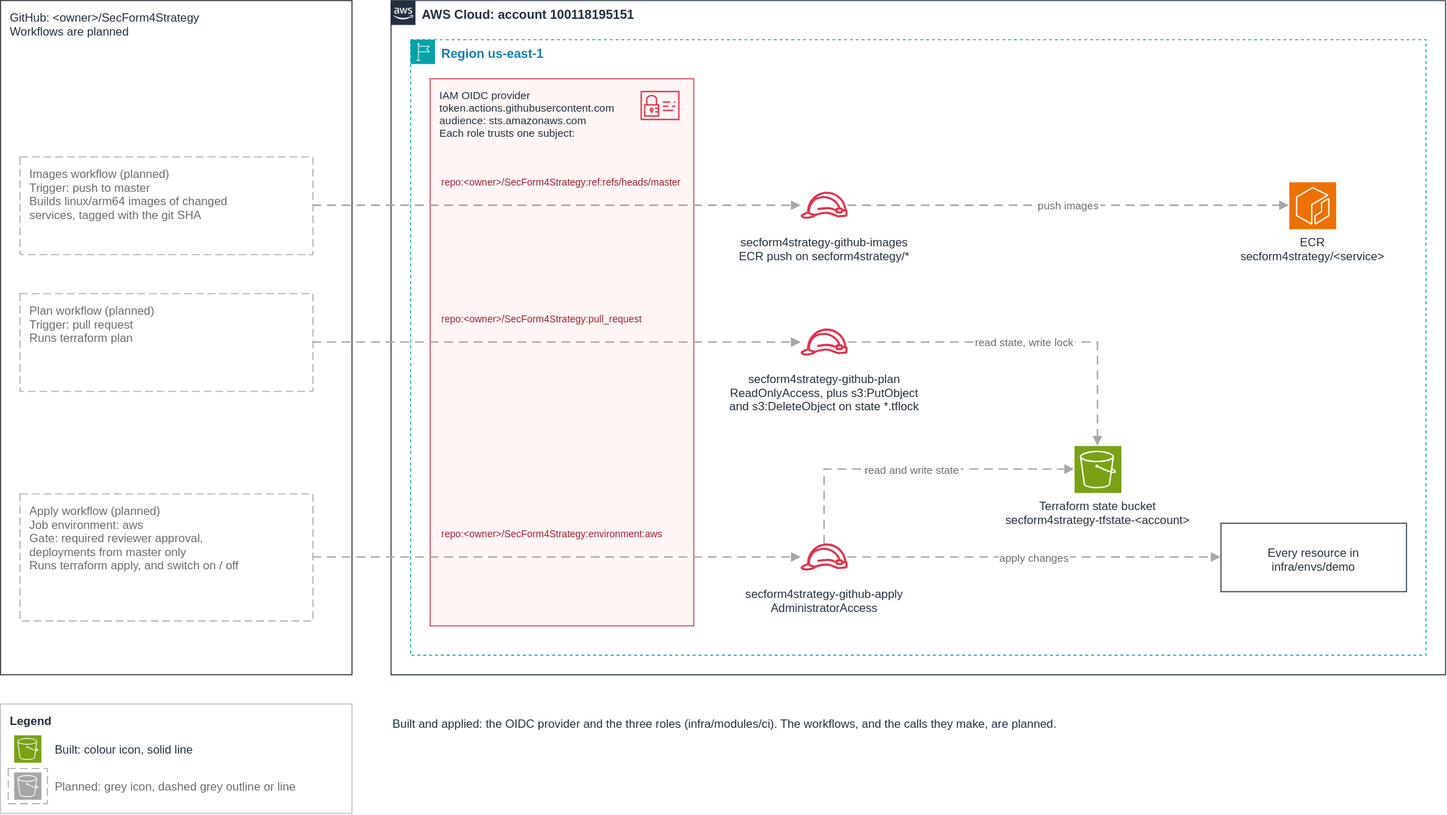
Before: docs/diagrams/aws-ci-cd.drawio.svg, a diagram exported from draw.io (josemita87/SecForm4Strategy). Source tidied: cells renumbered, new cells last; positions are measured from the earlier drawing's top-left corner, leaving out a move shared by most shapes.
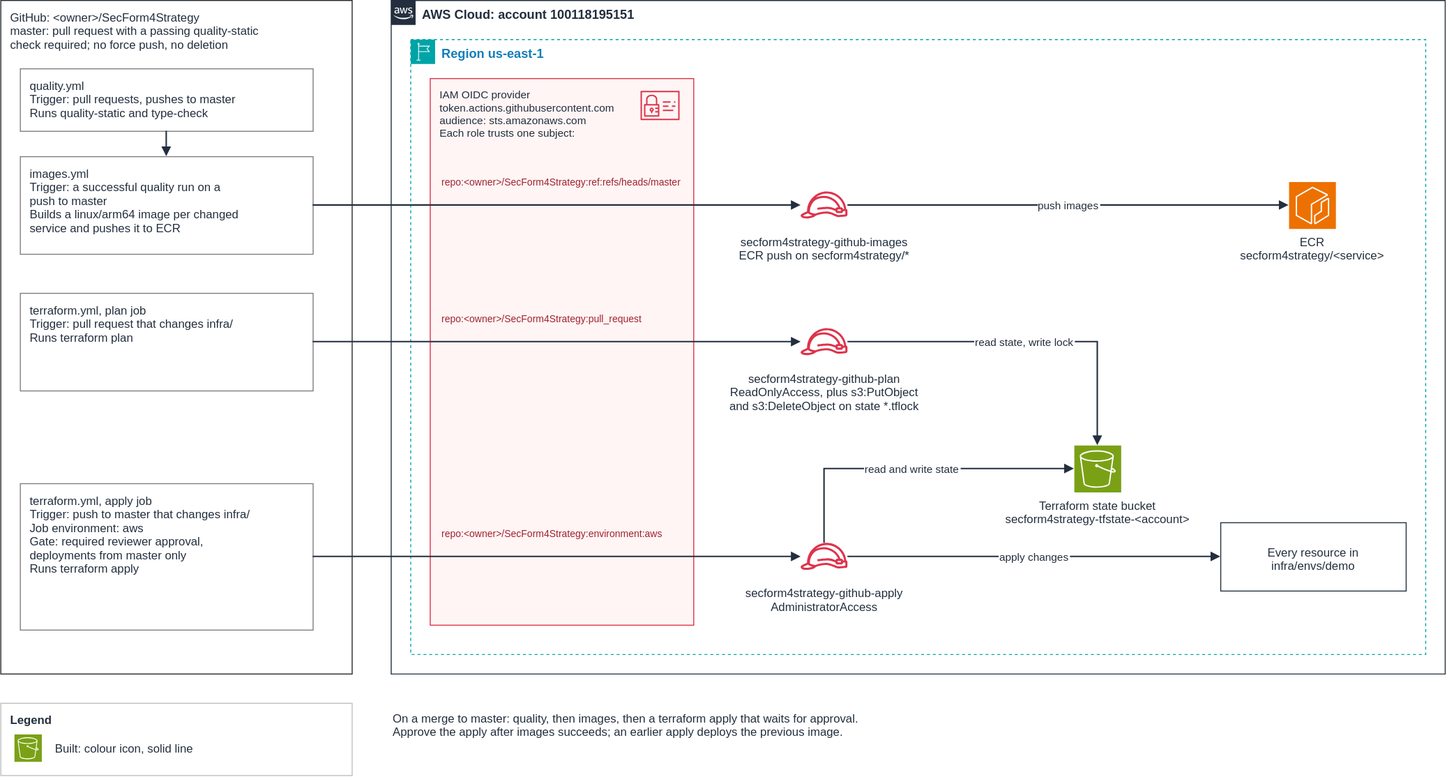
After the change.

Commit message:
feat: make status, a CloudWatch dashboard, and AWS diagrams as built

Diff of the diagram source:
```diff
@@ -2,17 +2,17 @@
   <root>
     <mxCell id="0" />
     <mxCell id="1" parent="0" />
-    <mxCell id="2" value="GitHub: &lt;owner&gt;/SecForm4Strategy&#10;Workflows are planned" style="rounded=0;arcSize=6;html=0;fillColor=none;strokeColor=#24292F;fontColor=#232F3E;fontSize=12;fontStyle=0;verticalAlign=top;align=left;spacingLeft=8;spacingTop=4;spacingRight=8;" parent="1" vertex="1">
+    <mxCell id="2" value="GitHub: &lt;owner&gt;/SecForm4Strategy&#10;master: pull request with a passing quality-static&#10;check required; no force push, no deletion" style="rounded=0;arcSize=6;html=0;fillColor=none;strokeColor=#24292F;fontColor=#232F3E;fontSize=12;fontStyle=0;verticalAlign=top;align=left;spacingLeft=8;spacingTop=4;spacingRight=8;" parent="1" vertex="1">
       <mxGeometry width="360" height="690" as="geometry" />
     </mxCell>
-    <mxCell id="3" value="Images workflow (planned)&#10;Trigger: push to master&#10;Builds linux/arm64 images of changed&#10;services, tagged with the git SHA" style="rounded=0;arcSize=6;html=0;fillColor=#FFFFFF;strokeColor=#A6A6A6;fontColor=#6B6B6B;fontSize=12;fontStyle=0;verticalAlign=top;align=left;spacingLeft=8;spacingTop=4;spacingRight=8;dashed=1;dashPattern=8 4;" parent="1" vertex="1">
+    <mxCell id="3" value="images.yml&#10;Trigger: a successful quality run on a&#10;push to master&#10;Builds a linux/arm64 image per changed&#10;service and pushes it to ECR" style="rounded=0;arcSize=6;html=0;fillColor=#FFFFFF;strokeColor=#7F7F7F;fontColor=#232F3E;fontSize=12;fontStyle=0;verticalAlign=top;align=left;spacingLeft=8;spacingTop=4;spacingRight=8;" parent="1" vertex="1">
       <mxGeometry x="20" y="160" width="300" height="100" as="geometry" />
     </mxCell>
-    <mxCell id="4" value="Plan workflow (planned)&#10;Trigger: pull request&#10;Runs terraform plan" style="rounded=0;arcSize=6;html=0;fillColor=#FFFFFF;strokeColor=#A6A6A6;fontColor=#6B6B6B;fontSize=12;fontStyle=0;verticalAlign=top;align=left;spacingLeft=8;spacingTop=4;spacingRight=8;dashed=1;dashPattern=8 4;" parent="1" vertex="1">
+    <mxCell id="4" value="terraform.yml, plan job&#10;Trigger: pull request that changes infra/&#10;Runs terraform plan" style="rounded=0;arcSize=6;html=0;fillColor=#FFFFFF;strokeColor=#7F7F7F;fontColor=#232F3E;fontSize=12;fontStyle=0;verticalAlign=top;align=left;spacingLeft=8;spacingTop=4;spacingRight=8;" parent="1" vertex="1">
       <mxGeometry x="20" y="300" width="300" height="100" as="geometry" />
     </mxCell>
-    <mxCell id="5" value="Apply workflow (planned)&#10;Job environment: aws&#10;Gate: required reviewer approval,&#10;deployments from master only&#10;Runs terraform apply, and switch on / off" style="rounded=0;arcSize=6;html=0;fillColor=#FFFFFF;strokeColor=#A6A6A6;fontColor=#6B6B6B;fontSize=12;fontStyle=0;verticalAlign=top;align=left;spacingLeft=8;spacingTop=4;spacingRight=8;dashed=1;dashPattern=8 4;" parent="1" vertex="1">
-      <mxGeometry x="20" y="505" width="300" height="130" as="geometry" />
+    <mxCell id="5" value="terraform.yml, apply job&#10;Trigger: push to master that changes infra/&#10;Job environment: aws&#10;Gate: required reviewer approval,&#10;deployments from master only&#10;Runs terraform apply" style="rounded=0;arcSize=6;html=0;fillColor=#FFFFFF;strokeColor=#7F7F7F;fontColor=#232F3E;fontSize=12;fontStyle=0;verticalAlign=top;align=left;spacingLeft=8;spacingTop=4;spacingRight=8;" parent="1" vertex="1">
+      <mxGeometry x="20" y="495" width="300" height="150" as="geometry" />
     </mxCell>
     <mxCell id="6" value="AWS Cloud: account 100118195151" style="gradientColor=none;html=0;fontSize=13;fontStyle=1;shape=mxgraph.aws4.group;verticalAlign=top;align=left;spacingLeft=30;grIcon=mxgraph.aws4.group_aws_cloud_alt;strokeColor=#232F3E;fillColor=none;fontColor=#232F3E;dashed=0;" parent="1" vertex="1">
       <mxGeometry x="400" width="1080" height="690" as="geometry" />
@@ -35,19 +35,19 @@
     <mxCell id="12" value="secform4strategy-github-apply&#10;AdministratorAccess" style="outlineConnect=0;fontColor=#232F3E;gradientColor=none;fillColor=#DD344C;strokeColor=none;dashed=0;verticalLabelPosition=bottom;verticalAlign=top;align=center;html=0;fontSize=12;fontStyle=0;shape=mxgraph.aws4.role;" parent="1" vertex="1">
       <mxGeometry x="820" y="546" width="48" height="48" as="geometry" />
     </mxCell>
-    <mxCell id="13" style="edgeStyle=orthogonalEdgeStyle;rounded=0;html=0;endArrow=block;endFill=1;strokeWidth=1.5;strokeColor=#A6A6A6;fontColor=#6B6B6B;fontSize=11;labelBackgroundColor=#ffffff;dashed=1;dashPattern=6 4;exitX=1;exitY=0.5;exitDx=0;exitDy=0;entryX=0;entryY=0.5;entryDx=0;entryDy=0;" parent="1" edge="1" source="3" target="10">
+    <mxCell id="13" style="edgeStyle=orthogonalEdgeStyle;rounded=0;html=0;endArrow=block;endFill=1;strokeWidth=1.5;strokeColor=#232F3E;fontColor=#232F3E;fontSize=11;labelBackgroundColor=#ffffff;exitX=1;exitY=0.5;exitDx=0;exitDy=0;entryX=0;entryY=0.5;entryDx=0;entryDy=0;" parent="1" edge="1" source="3" target="10">
       <mxGeometry relative="1" as="geometry" />
     </mxCell>
     <mxCell id="14" value="repo:&lt;owner&gt;/SecForm4Strategy:ref:refs/heads/master" style="text;html=0;strokeColor=none;fillColor=none;align=left;verticalAlign=middle;fontSize=10;fontColor=#A0222F;fontStyle=0;" parent="1" vertex="1">
       <mxGeometry x="450" y="168" width="250" height="36" as="geometry" />
     </mxCell>
-    <mxCell id="15" style="edgeStyle=orthogonalEdgeStyle;rounded=0;html=0;endArrow=block;endFill=1;strokeWidth=1.5;strokeColor=#A6A6A6;fontColor=#6B6B6B;fontSize=11;labelBackgroundColor=#ffffff;dashed=1;dashPattern=6 4;exitX=1;exitY=0.5;exitDx=0;exitDy=0;entryX=0;entryY=0.5;entryDx=0;entryDy=0;" parent="1" edge="1" source="4" target="11">
+    <mxCell id="15" style="edgeStyle=orthogonalEdgeStyle;rounded=0;html=0;endArrow=block;endFill=1;strokeWidth=1.5;strokeColor=#232F3E;fontColor=#232F3E;fontSize=11;labelBackgroundColor=#ffffff;exitX=1;exitY=0.5;exitDx=0;exitDy=0;entryX=0;entryY=0.5;entryDx=0;entryDy=0;" parent="1" edge="1" source="4" target="11">
       <mxGeometry relative="1" as="geometry" />
     </mxCell>
     <mxCell id="16" value="repo:&lt;owner&gt;/SecForm4Strategy:pull_request" style="text;html=0;strokeColor=none;fillColor=none;align=left;verticalAlign=middle;fontSize=10;fontColor=#A0222F;fontStyle=0;" parent="1" vertex="1">
       <mxGeometry x="450" y="308" width="250" height="36" as="geometry" />
     </mxCell>
-    <mxCell id="17" style="edgeStyle=orthogonalEdgeStyle;rounded=0;html=0;endArrow=block;endFill=1;strokeWidth=1.5;strokeColor=#A6A6A6;fontColor=#6B6B6B;fontSize=11;labelBackgroundColor=#ffffff;dashed=1;dashPattern=6 4;exitX=1;exitY=0.5;exitDx=0;exitDy=0;entryX=0;entryY=0.5;entryDx=0;entryDy=0;" parent="1" edge="1" source="5" target="12">
+    <mxCell id="17" style="edgeStyle=orthogonalEdgeStyle;rounded=0;html=0;endArrow=block;endFill=1;strokeWidth=1.5;strokeColor=#232F3E;fontColor=#232F3E;fontSize=11;labelBackgroundColor=#ffffff;exitX=1;exitY=0.5;exitDx=0;exitDy=0;entryX=0;entryY=0.5;entryDx=0;entryDy=0;" parent="1" edge="1" source="5" target="12">
       <mxGeometry relative="1" as="geometry" />
     </mxCell>
     <mxCell id="18" value="repo:&lt;owner&gt;/SecForm4Strategy:environment:aws" style="text;html=0;strokeColor=none;fillColor=none;align=left;verticalAlign=middle;fontSize=10;fontColor=#A0222F;fontStyle=0;" parent="1" vertex="1">
@@ -62,20 +62,20 @@
     <mxCell id="21" value="Every resource in&#10;infra/envs/demo" style="rounded=0;arcSize=6;html=0;fillColor=none;strokeColor=#232F3E;fontColor=#232F3E;fontSize=12;fontStyle=0;verticalAlign=middle;align=center;spacingLeft=8;spacingTop=4;spacingRight=8;" parent="1" vertex="1">
       <mxGeometry x="1250" y="535" width="190" height="70" as="geometry" />
     </mxCell>
-    <mxCell id="22" value="push images" style="edgeStyle=orthogonalEdgeStyle;rounded=0;html=0;endArrow=block;endFill=1;strokeWidth=1.5;strokeColor=#A6A6A6;fontColor=#6B6B6B;fontSize=11;labelBackgroundColor=#ffffff;dashed=1;dashPattern=6 4;exitX=1;exitY=0.5;exitDx=0;exitDy=0;entryX=0;entryY=0.5;entryDx=0;entryDy=0;" parent="1" edge="1" source="10" target="19">
+    <mxCell id="22" value="push images" style="edgeStyle=orthogonalEdgeStyle;rounded=0;html=0;endArrow=block;endFill=1;strokeWidth=1.5;strokeColor=#232F3E;fontColor=#232F3E;fontSize=11;labelBackgroundColor=#ffffff;exitX=1;exitY=0.5;exitDx=0;exitDy=0;entryX=0;entryY=0.5;entryDx=0;entryDy=0;" parent="1" edge="1" source="10" target="19">
       <mxGeometry relative="1" as="geometry" />
     </mxCell>
-    <mxCell id="23" value="read state, write lock" style="edgeStyle=orthogonalEdgeStyle;rounded=0;html=0;endArrow=block;endFill=1;strokeWidth=1.5;strokeColor=#A6A6A6;fontColor=#6B6B6B;fontSize=11;labelBackgroundColor=#ffffff;dashed=1;dashPattern=6 4;exitX=1;exitY=0.5;exitDx=0;exitDy=0;entryX=0.5;entryY=0;entryDx=0;entryDy=0;" parent="1" edge="1" source="11" target="20">
+    <mxCell id="23" value="read state, write lock" style="edgeStyle=orthogonalEdgeStyle;rounded=0;html=0;endArrow=block;endFill=1;strokeWidth=1.5;strokeColor=#232F3E;fontColor=#232F3E;fontSize=11;labelBackgroundColor=#ffffff;exitX=1;exitY=0.5;exitDx=0;exitDy=0;entryX=0.5;entryY=0;entryDx=0;entryDy=0;" parent="1" edge="1" source="11" target="20">
       <mxGeometry relative="1" as="geometry" />
     </mxCell>
-    <mxCell id="24" value="read and write state" style="edgeStyle=orthogonalEdgeStyle;rounded=0;html=0;endArrow=block;endFill=1;strokeWidth=1.5;strokeColor=#A6A6A6;fontColor=#6B6B6B;fontSize=11;labelBackgroundColor=#ffffff;dashed=1;dashPattern=6 4;exitX=0.5;exitY=0;exitDx=0;exitDy=0;entryX=0;entryY=0.5;entryDx=0;entryDy=0;" parent="1" edge="1" source="12" target="20">
+    <mxCell id="24" value="read and write state" style="edgeStyle=orthogonalEdgeStyle;rounded=0;html=0;endArrow=block;endFill=1;strokeWidth=1.5;strokeColor=#232F3E;fontColor=#232F3E;fontSize=11;labelBackgroundColor=#ffffff;exitX=0.5;exitY=0;exitDx=0;exitDy=0;entryX=0;entryY=0.5;entryDx=0;entryDy=0;" parent="1" edge="1" source="12" target="20">
       <mxGeometry relative="1" as="geometry" />
     </mxCell>
-    <mxCell id="25" value="apply changes" style="edgeStyle=orthogonalEdgeStyle;rounded=0;html=0;endArrow=block;endFill=1;strokeWidth=1.5;strokeColor=#A6A6A6;fontColor=#6B6B6B;fontSize=11;labelBackgroundColor=#ffffff;dashed=1;dashPattern=6 4;exitX=1;exitY=0.5;exitDx=0;exitDy=0;entryX=0;entryY=0.5;entryDx=0;entryDy=0;" parent="1" edge="1" source="12" target="21">
+    <mxCell id="25" value="apply changes" style="edgeStyle=orthogonalEdgeStyle;rounded=0;html=0;endArrow=block;endFill=1;strokeWidth=1.5;strokeColor=#232F3E;fontColor=#232F3E;fontSize=11;labelBackgroundColor=#ffffff;exitX=1;exitY=0.5;exitDx=0;exitDy=0;entryX=0;entryY=0.5;entryDx=0;entryDy=0;" parent="1" edge="1" source="12" target="21">
       <mxGeometry relative="1" as="geometry" />
     </mxCell>
     <mxCell id="26" value="Legend" style="rounded=0;arcSize=6;html=0;fillColor=#FFFFFF;strokeColor=#BFBFBF;fontColor=#232F3E;fontSize=12;fontStyle=1;verticalAlign=top;align=left;spacingLeft=8;spacingTop=4;spacingRight=8;" parent="1" vertex="1">
-      <mxGeometry y="720" width="360" height="112" as="geometry" />
+      <mxGeometry y="720" width="360" height="74" as="geometry" />
     </mxCell>
     <mxCell id="27" style="fontColor=#232F3E;fillColor=#7AA116;strokeColor=#ffffff;dashed=0;verticalLabelPosition=bottom;verticalAlign=top;align=center;html=0;fontSize=12;fontStyle=0;shape=mxgraph.aws4.resourceIcon;resIcon=mxgraph.aws4.s3;" parent="1" vertex="1">
       <mxGeometry x="14" y="752" width="28" height="28" as="geometry" />
@@ -83,17 +83,14 @@
     <mxCell id="28" value="Built: colour icon, solid line" style="text;html=0;strokeColor=none;fillColor=none;align=left;verticalAlign=middle;fontSize=12;fontColor=#232F3E;fontStyle=0;" parent="1" vertex="1">
       <mxGeometry x="54" y="752" width="300" height="28" as="geometry" />
     </mxCell>
-    <mxCell id="29" style="fontColor=#6B6B6B;fillColor=#A6A6A6;strokeColor=#ffffff;dashed=0;verticalLabelPosition=bottom;verticalAlign=top;align=center;html=0;fontSize=12;fontStyle=0;shape=mxgraph.aws4.resourceIcon;resIcon=mxgraph.aws4.s3;" parent="1" vertex="1">
-      <mxGeometry x="14" y="790" width="28" height="28" as="geometry" />
-    </mxCell>
-    <mxCell id="30" style="rounded=0;arcSize=6;html=0;fillColor=none;strokeColor=#A6A6A6;fontColor=#232F3E;fontSize=12;fontStyle=0;verticalAlign=top;align=left;spacingLeft=8;spacingTop=4;spacingRight=8;dashed=1;dashPattern=8 4;" parent="1" vertex="1">
-      <mxGeometry x="8" y="786" width="40" height="36" as="geometry" />
-    </mxCell>
-    <mxCell id="31" value="Planned: grey icon, dashed grey outline or line" style="text;html=0;strokeColor=none;fillColor=none;align=left;verticalAlign=middle;fontSize=12;fontColor=#6B6B6B;fontStyle=0;" parent="1" vertex="1">
-      <mxGeometry x="54" y="790" width="300" height="28" as="geometry" />
-    </mxCell>
-    <mxCell id="32" value="Built and applied: the OIDC provider and the three roles (infra/modules/ci). The workflows, and the calls they make, are planned." style="text;html=0;strokeColor=none;fillColor=none;align=left;verticalAlign=middle;fontSize=12;fontColor=#232F3E;fontStyle=0;" parent="1" vertex="1">
-      <mxGeometry x="400" y="720" width="760" height="40" as="geometry" />
+    <mxCell id="32" value="On a merge to master: quality, then images, then a terraform apply that waits for approval.&#10;Approve the apply after images succeeds; an earlier apply deploys the previous image." style="text;html=0;strokeColor=none;fillColor=none;align=left;verticalAlign=middle;fontSize=12;fontColor=#232F3E;fontStyle=0;" parent="1" vertex="1">
+      <mxGeometry x="400" y="720" width="760" height="44" as="geometry" />
     </mxCell>
+    <mxCell id="33" value="quality.yml&#10;Trigger: pull requests, pushes to master&#10;Runs quality-static and type-check" style="rounded=0;arcSize=6;html=0;fillColor=#FFFFFF;strokeColor=#7F7F7F;fontColor=#232F3E;fontSize=12;fontStyle=0;verticalAlign=top;align=left;spacingLeft=8;spacingTop=4;spacingRight=8;" parent="1" vertex="1">
+      <mxGeometry x="20" y="70" width="300" height="64" as="geometry" />
+    </mxCell>
+    <mxCell id="34" style="edgeStyle=orthogonalEdgeStyle;rounded=0;html=0;endArrow=block;endFill=1;strokeWidth=1.5;strokeColor=#232F3E;fontColor=#232F3E;fontSize=11;labelBackgroundColor=#ffffff;exitX=0.5;exitY=1;exitDx=0;exitDy=0;entryX=0.5;entryY=0;entryDx=0;entryDy=0;" parent="1" edge="1" source="33" target="3">
+      <mxGeometry relative="1" as="geometry" />
+    </mxCell>
   </root>
 </mxGraphModel>
```
